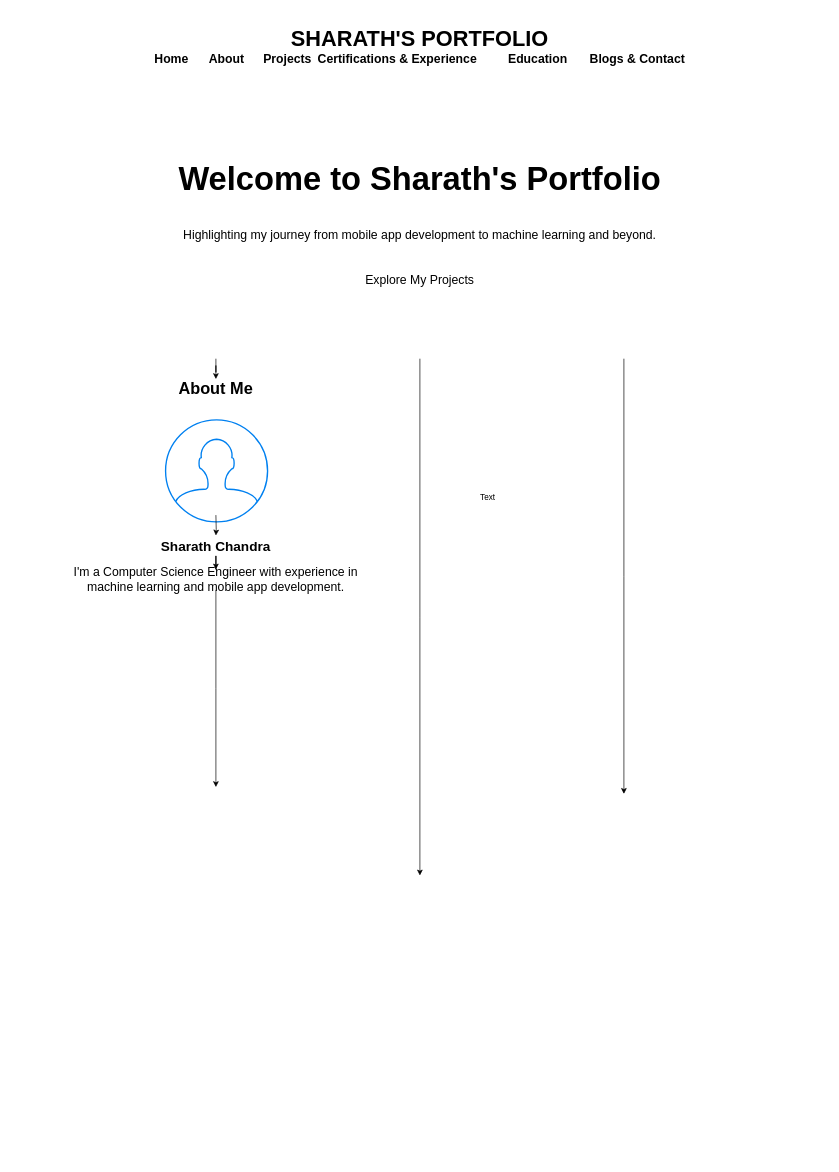
dumpalisharathchandrareddy/demo-repo keeps this draw.io diagram as Portfolio.drawio. Above is the earlier version. Source tidied: cells renumbered, new cells numbered last; positions are measured from the earlier drawing's top-left corner, leaving out a move shared by most shapes. Both pictures are drawn from the tidied source at 68%, with x=0, y=0 at pixel (12, 12). Pictures stored in the file or linked from it are replaced by grey dashed boxes.
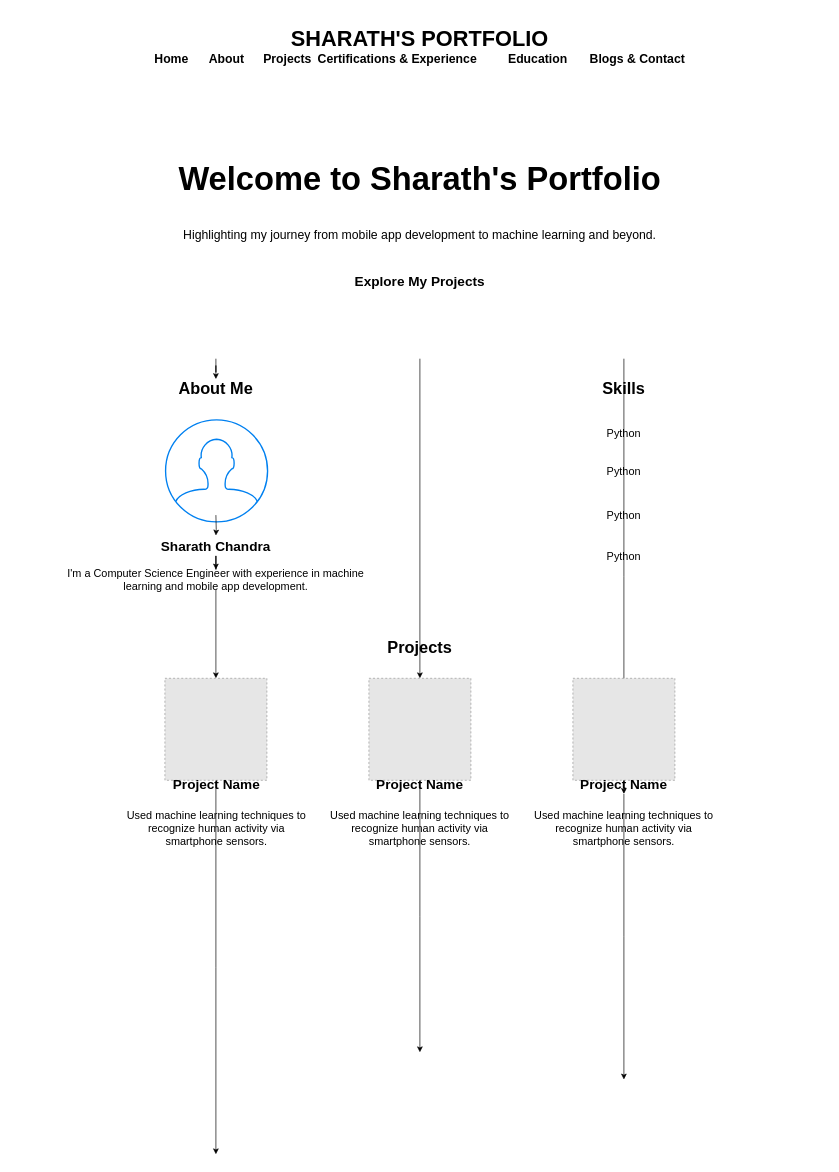
The same page after the edit.

The change refers to these unchanged cells:
```xml
<mxCell id="6" value="&lt;h1&gt;&lt;font style=&quot;font-size: 48px;&quot;&gt;Welcome to Sharath's Portfolio&lt;/font&gt;&lt;/h1&gt;&lt;br&gt;        &lt;p&gt;&lt;font style=&quot;font-size: 18px;&quot;&gt;Highlighting my journey from mobile app development to machine learning and beyond.&lt;/font&gt;&lt;/p&gt;&lt;p&gt;&lt;font style=&quot;font-size: 18px;&quot;&gt;&lt;br&gt;&lt;/font&gt;&lt;/p&gt;&lt;p&gt;&lt;font style=&quot;font-size: 18px;&quot;&gt;&lt;br&gt;&lt;/font&gt;&lt;/p&gt;" style="text;html=1;align=center;verticalAlign=middle;whiteSpace=wrap;rounded=0;" parent="1" vertex="1">
  <mxGeometry y="110" width="1200" height="400" as="geometry" />
</mxCell>
<mxCell id="11" value="&lt;b style=&quot;font-size: 24px;&quot;&gt;About Me&lt;br&gt;&lt;/b&gt;" style="text;html=1;align=center;verticalAlign=middle;whiteSpace=wrap;rounded=0;" parent="1" vertex="1">
  <mxGeometry y="540" width="600" height="30" as="geometry" />
</mxCell>
```

What changed in the source:
```diff
@@
-    <mxCell id="3" style="edgeStyle=orthogonalEdgeStyle;rounded=0;jettySize=auto;html=1;" parent="1" edge="1" source="15">
+    <mxCell id="3" style="edgeStyle=orthogonalEdgeStyle;rounded=0;jettySize=auto;html=1;" parent="1" edge="1" source="18">
       <mxGeometry relative="1" as="geometry">
-        <mxPoint x="300" y="1140" as="targetPoint" />
+        <mxPoint x="300" y="1680" as="targetPoint" />
       </mxGeometry>
     </mxCell>
-    <mxCell id="4" style="edgeStyle=orthogonalEdgeStyle;rounded=0;jettySize=auto;html=1;" parent="1" edge="1" source="6">
+    <mxCell id="4" style="edgeStyle=orthogonalEdgeStyle;rounded=0;jettySize=auto;html=1;" parent="1" edge="1" source="20">
       <mxGeometry relative="1" as="geometry">
-        <mxPoint x="600" y="1270" as="targetPoint" />
+        <mxPoint x="600" y="1530" as="targetPoint" />
       </mxGeometry>
     </mxCell>
@@
-    <mxCell id="7" value="&lt;font style=&quot;font-size: 18px;&quot;&gt;Explore My Projects&lt;/font&gt;" style="text;html=1;align=center;verticalAlign=middle;whiteSpace=wrap;rounded=0;" parent="1" vertex="1">
+    <mxCell id="7" value="&lt;b&gt;&lt;font style=&quot;font-size: 20px;&quot;&gt;Explore My Projects&lt;/font&gt;&lt;/b&gt;" style="text;html=1;align=center;verticalAlign=middle;whiteSpace=wrap;rounded=0;" parent="1" vertex="1">
       <mxGeometry x="480" y="380" width="240" height="30" as="geometry" />
     </mxCell>
+    <mxCell id="10" style="edgeStyle=orthogonalEdgeStyle;rounded=0;jettySize=auto;html=1;exitX=0.25;exitY=1;exitDx=0;exitDy=0;" parent="1" edge="1" source="6" target="11">
+      <mxGeometry relative="1" as="geometry" />
+    </mxCell>
+    <mxCell id="16" value="&lt;font style=&quot;font-size: 24px;&quot;&gt;&lt;b&gt;Projects&lt;/b&gt;&lt;/font&gt;" style="text;html=1;align=center;verticalAlign=middle;whiteSpace=wrap;rounded=0;" parent="1" vertex="1">
+      <mxGeometry y="920" width="1200" height="30" as="geometry" />
+    </mxCell>
+    <mxCell id="17" style="edgeStyle=orthogonalEdgeStyle;rounded=0;jettySize=auto;html=1;" parent="1" edge="1" source="15" target="18">
+      <mxGeometry relative="1" as="geometry" />
+    </mxCell>
+    <mxCell id="18" style="fillColor=#E6E6E6;strokeColor=#999999;dashed=1;html=1;verticalAlign=top;verticalLabelPosition=bottom;labelBackgroundColor=#ffffff;" parent="1" vertex="1">
+      <mxGeometry x="225" y="980" width="150" height="150" as="geometry" />
+    </mxCell>
+    <mxCell id="19" style="edgeStyle=orthogonalEdgeStyle;rounded=0;jettySize=auto;html=1;" parent="1" edge="1" source="6" target="20">
+      <mxGeometry relative="1" as="geometry" />
+    </mxCell>
+    <mxCell id="20" style="fillColor=#E6E6E6;strokeColor=#999999;dashed=1;html=1;verticalAlign=top;verticalLabelPosition=bottom;labelBackgroundColor=#ffffff;" parent="1" vertex="1">
+      <mxGeometry x="525" y="980" width="150" height="150" as="geometry" />
+    </mxCell>
+    <mxCell id="21" style="fillColor=#E6E6E6;strokeColor=#999999;dashed=1;html=1;verticalAlign=top;verticalLabelPosition=bottom;labelBackgroundColor=#ffffff;" parent="1" vertex="1">
+      <mxGeometry x="825" y="980" width="150" height="150" as="geometry" />
+    </mxCell>
+    <mxCell id="22" value="&lt;font style=&quot;font-size: 20px;&quot;&gt;&lt;b&gt;Project Name&lt;br&gt;&lt;/b&gt;&lt;/font&gt;" style="text;html=1;align=center;verticalAlign=middle;whiteSpace=wrap;rounded=0;" parent="1" vertex="1">
+      <mxGeometry x="201" y="1120" width="200" height="30" as="geometry" />
+    </mxCell>
+    <mxCell id="23" value="&lt;font style=&quot;font-size: 20px;&quot;&gt;&lt;b&gt;Project Name&lt;br&gt;&lt;/b&gt;&lt;/font&gt;" style="text;html=1;align=center;verticalAlign=middle;whiteSpace=wrap;rounded=0;" parent="1" vertex="1">
+      <mxGeometry x="500" y="1120" width="200" height="30" as="geometry" />
+    </mxCell>
+    <mxCell id="24" style="edgeStyle=orthogonalEdgeStyle;rounded=0;jettySize=auto;html=1;" parent="1" edge="1" source="25">
+      <mxGeometry relative="1" as="geometry">
+        <mxPoint x="900" y="1570" as="targetPoint" />
+      </mxGeometry>
+    </mxCell>
+    <mxCell id="25" value="&lt;font style=&quot;font-size: 20px;&quot;&gt;&lt;b&gt;Project Name&lt;br&gt;&lt;/b&gt;&lt;/font&gt;" style="text;html=1;align=center;verticalAlign=middle;whiteSpace=wrap;rounded=0;" parent="1" vertex="1">
+      <mxGeometry x="800" y="1120" width="200" height="30" as="geometry" />
+    </mxCell>
+    <mxCell id="26" value="&lt;font style=&quot;font-size: 16px;&quot;&gt;Used machine learning techniques to recognize human activity via smartphone sensors.&lt;/font&gt;" style="text;html=1;align=center;verticalAlign=middle;whiteSpace=wrap;rounded=0;" parent="1" vertex="1">
+      <mxGeometry x="161" y="1160" width="280" height="80" as="geometry" />
+    </mxCell>
+    <mxCell id="27" value="&lt;font style=&quot;font-size: 16px;&quot;&gt;Used machine learning techniques to recognize human activity via smartphone sensors.&lt;/font&gt;" style="text;html=1;align=center;verticalAlign=middle;whiteSpace=wrap;rounded=0;" parent="1" vertex="1">
+      <mxGeometry x="460" y="1160" width="280" height="80" as="geometry" />
+    </mxCell>
+    <mxCell id="28" value="&lt;font style=&quot;font-size: 16px;&quot;&gt;Used machine learning techniques to recognize human activity via smartphone sensors.&lt;/font&gt;" style="text;html=1;align=center;verticalAlign=middle;whiteSpace=wrap;rounded=0;" parent="1" vertex="1">
+      <mxGeometry x="760" y="1160" width="280" height="80" as="geometry" />
+    </mxCell>
@@
-    <mxCell id="9" value="Text" style="text;html=1;align=center;verticalAlign=middle;whiteSpace=wrap;rounded=0;" parent="1" vertex="1">
-      <mxGeometry x="670" y="700" width="60" height="30" as="geometry" />
-    </mxCell>
-    <mxCell id="10" style="edgeStyle=orthogonalEdgeStyle;rounded=0;jettySize=auto;html=1;exitX=0.25;exitY=1;exitDx=0;exitDy=0;" parent="1" edge="1" source="6" target="11">
-      <mxGeometry relative="1" as="geometry" />
-    </mxCell>
@@
-    <mxCell id="15" value="&lt;font style=&quot;font-size: 18px;&quot;&gt;I'm a Computer Science Engineer with experience in machine learning and mobile app development.&lt;/font&gt;" style="text;html=1;align=center;verticalAlign=middle;whiteSpace=wrap;rounded=0;" parent="1" vertex="1">
+    <mxCell id="15" value="&lt;font style=&quot;font-size: 16px;&quot;&gt;I'm a Computer Science Engineer with experience in machine learning and mobile app development.&lt;/font&gt;" style="text;html=1;align=center;verticalAlign=middle;whiteSpace=wrap;rounded=0;" parent="1" vertex="1">
       <mxGeometry x="80" y="820" width="440" height="30" as="geometry" />
     </mxCell>
+    <mxCell id="29" value="&lt;font style=&quot;font-size: 24px;&quot;&gt;&lt;b&gt;Skills&lt;/b&gt;&lt;/font&gt;" style="text;html=1;align=center;verticalAlign=middle;whiteSpace=wrap;rounded=0;" parent="1" vertex="1">
+      <mxGeometry x="600" y="540" width="600" height="30" as="geometry" />
+    </mxCell>
+    <mxCell id="30" value="&lt;font style=&quot;font-size: 16px;&quot;&gt;Python&lt;/font&gt;" style="text;html=1;align=center;verticalAlign=middle;whiteSpace=wrap;rounded=0;" parent="1" vertex="1">
+      <mxGeometry x="680" y="600" width="440" height="40" as="geometry" />
+    </mxCell>
+    <mxCell id="31" value="&lt;font style=&quot;font-size: 16px;&quot;&gt;Python&lt;/font&gt;" style="text;html=1;align=center;verticalAlign=middle;whiteSpace=wrap;rounded=0;" parent="1" vertex="1">
+      <mxGeometry x="680" y="655" width="440" height="40" as="geometry" />
+    </mxCell>
+    <mxCell id="32" value="&lt;font style=&quot;font-size: 16px;&quot;&gt;Python&lt;/font&gt;" style="text;html=1;align=center;verticalAlign=middle;whiteSpace=wrap;rounded=0;" parent="1" vertex="1">
+      <mxGeometry x="680" y="720" width="440" height="40" as="geometry" />
+    </mxCell>
+    <mxCell id="33" value="&lt;font style=&quot;font-size: 16px;&quot;&gt;Python&lt;/font&gt;" style="text;html=1;align=center;verticalAlign=middle;whiteSpace=wrap;rounded=0;" parent="1" vertex="1">
+      <mxGeometry x="680" y="780" width="440" height="40" as="geometry" />
+    </mxCell>
```
